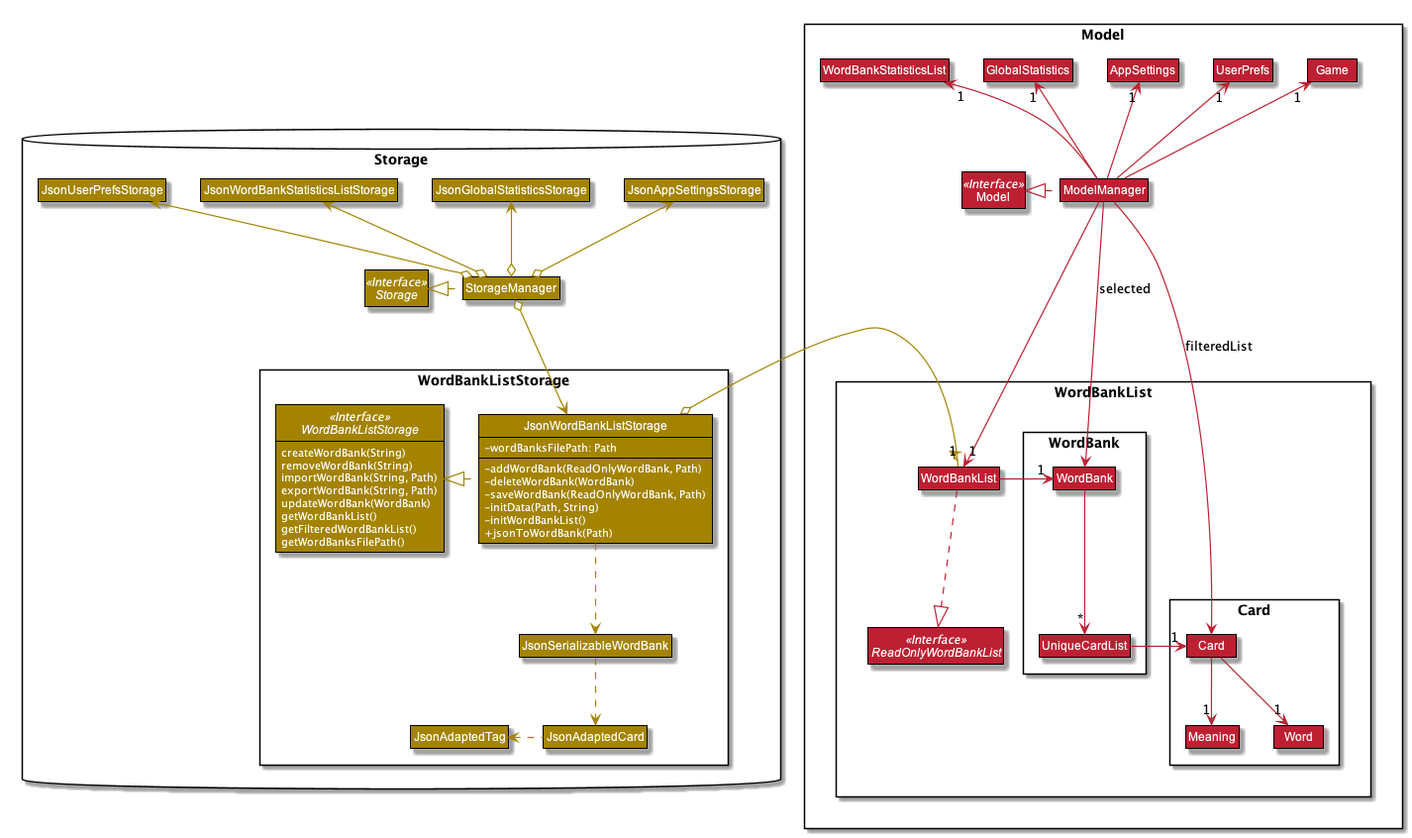
Before: images/WBStorage.png, a diagram exported from PlantUML (AY1920S1-CS2103T-T11-2/main).
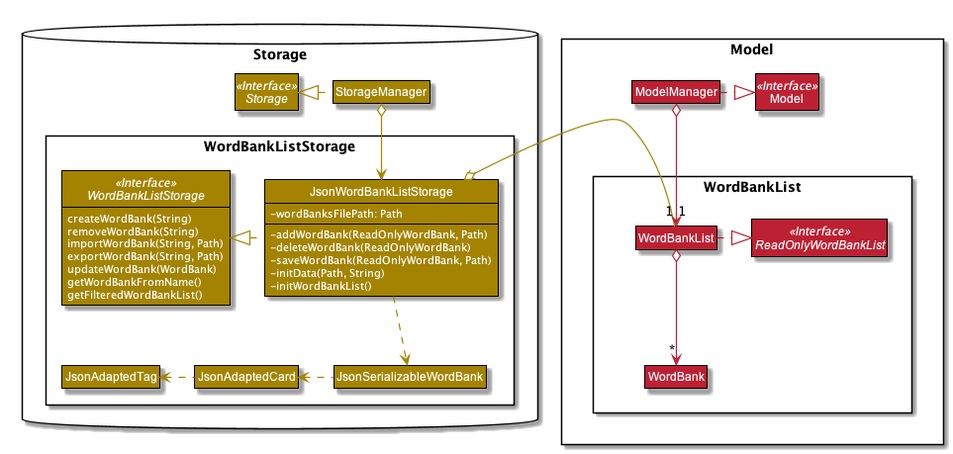
Later version of the same file.

Change to the diagram source:
```diff
@@ -1,4 +1,5 @@
 @startuml
+
 
 
 
@@ -66,10 +67,6 @@
 
 Interface Storage <<Interface>>  #A38300
 Class StorageManager #A38300
-Class JsonUserPrefsStorage #A38300
-Class JsonAppSettingsStorage #A38300
-Class JsonGlobalStatisticsStorage #A38300
-Class JsonWordBankStatisticsListStorage #A38300
 
 package WordBankListStorage {
 Interface WordBankListStorage <<Interface>>  #A38300 {
@@ -78,19 +75,17 @@
    importWordBank(String, Path)
    exportWordBank(String, Path)
    updateWordBank(WordBank)
-   getWordBankList()
+   getWordBankFromName()
    getFilteredWordBankList()
-   getWordBanksFilePath()
 }
 
 Class JsonWordBankListStorage #A38300 {
     -wordBanksFilePath: Path
     -addWordBank(ReadOnlyWordBank, Path)
-    -deleteWordBank(WordBank)
+    -deleteWordBank(ReadOnlyWordBank)
     -saveWordBank(ReadOnlyWordBank, Path)
     -initData(Path, String)
     -initWordBankList()
-    +jsonToWordBank(Path)
 }
 Class JsonSerializableWordBank #A38300
 Class JsonAdaptedCard #A38300
@@ -99,16 +94,12 @@
 }
 
 StorageManager .left[#A38300].|> Storage
-StorageManager o-up[#A38300]-> JsonUserPrefsStorage
 StorageManager o-down[#A38300]-> JsonWordBankListStorage
-StorageManager o-up[#A38300]-> JsonWordBankStatisticsListStorage
-StorageManager o-up[#A38300]-> JsonGlobalStatisticsStorage
-StorageManager o-up[#A38300]-> JsonAppSettingsStorage
 
 JsonWordBankListStorage .left[#A38300].|> WordBankListStorage
 JsonWordBankListStorage .down[#A38300].> JsonSerializableWordBank
-JsonWordBankListStorage o-left[#A38300]-> "1" WordBankList
-JsonSerializableWordBank ..down[#A38300]> JsonAdaptedCard
+JsonWordBankListStorage o-[#A38300]> "1" WordBankList
+JsonSerializableWordBank .left[#A38300]> JsonAdaptedCard
 JsonAdaptedCard .left[#A38300]> JsonAdaptedTag
 
 skinparam arrowThickness 1.2
@@ -119,13 +110,8 @@
 
 Interface Model <<Interface>>
 Class WordBankList
-Class WordBankStatisticsList
-Class GlobalStatistics
-Class AppSettings
 Class Model
 Class ModelManager
-Class UserPrefs
-Class Game
 
 Package WordBankList {
 
@@ -135,37 +121,19 @@
 Class WordBankList {
 }
 
-Package WordBank {
 
 Class WordBank
-Class UniqueCardList
-}
 
-Package Card {
-Class Card
-Class Meaning
-Class Word
-}
 }
 }
 
-WordBankList ..|> ReadOnlyWordBankList
+WordBankList .|> ReadOnlyWordBankList
 
-ModelManager .left.|> Model
-ModelManager -down--> "1" WordBankList
-ModelManager -up-> "1" WordBankStatisticsList
-ModelManager -up-> "1" GlobalStatistics
-ModelManager -up-> "1" AppSettings
-ModelManager -up-> "1" UserPrefs
-ModelManager -up-> "1" Game
+ModelManager .|> Model
+ModelManager o-down-> "1" WordBankList
 
-WordBankList -right-> "1" WordBank
-WordBank --> "*" UniqueCardList
-UniqueCardList -right-> "1" Card
-Card --> "1" Word
-Card --> "1" Meaning
 
-ModelManager --> WordBank : selected
-ModelManager --> Card : filteredList
+WordBankList o-down-> "*" WordBank
+
 
 @enduml
```
